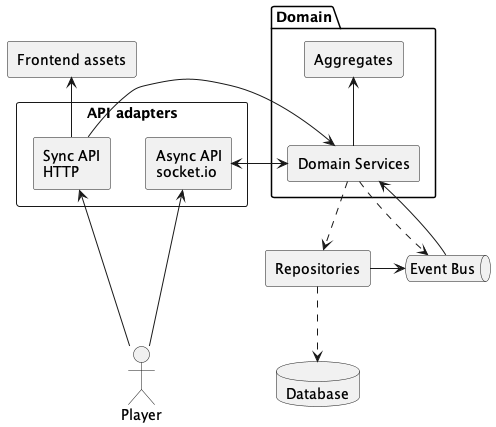
Before: docs/architecture.png, a diagram exported from PlantUML (Oberonus/planningpoker).
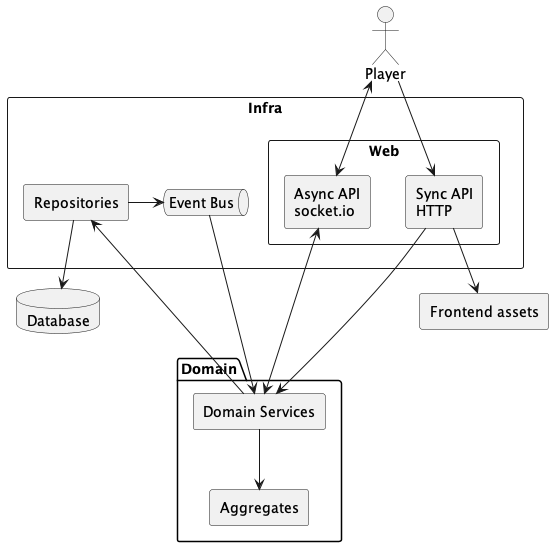
The same file after the commit.

Change to the diagram source:
```diff
@@ -5,25 +5,25 @@
     rectangle "Domain Services" as domain_services
 }
 
-queue "Event Bus" as event_bus
-rectangle "Repositories" as repositories
 database "Database" as db
 
-rectangle "API adapters" {
-    rectangle "Async API\nsocket.io" as async
-    rectangle "Sync API\nHTTP" as http
+rectangle "Infra" {
+    rectangle Web {
+        rectangle "Async API\nsocket.io" as async
+        rectangle "Sync API\nHTTP" as http
+    }
+    rectangle "Repositories" as repositories
+    queue "Event Bus" as event_bus
 }
 
-domain_services -u-> aggregates
-domain_services ..> event_bus
-event_bus -> domain_services
+domain_services --> aggregates
+event_bus ---> domain_services
 
-domain_services ..> repositories
+domain_services -u--> repositories
 
-domain_services ..> async
-async --> domain_services
+domain_services <-> async
 
-repositories ..> db
+repositories --> db
 
 repositories -> event_bus
 
@@ -32,11 +32,11 @@
 
 actor "Player" as player
 
-async <--- player
-http <--- player
+player <--> async
+player --> http
 
 rectangle "Frontend assets" as assets
 
-http -u-> assets
+http --> assets
 
 @enduml
```
